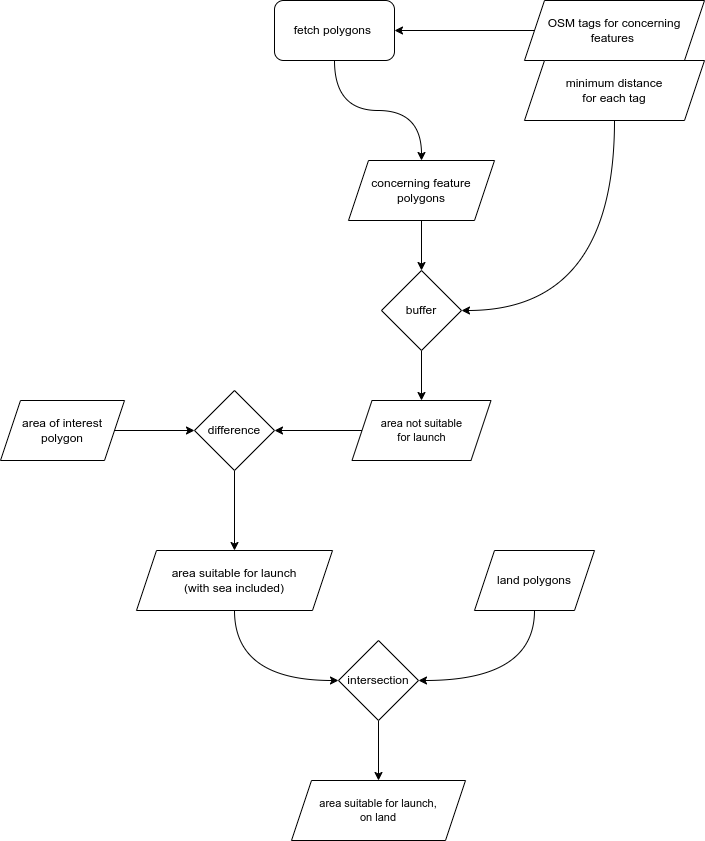
Earlier version of the draw.io export images/find_launch_site_geometry_transformation.png (jparta/find_launch_site). Source tidied: cells renumbered, new cells last; positions are measured from the earlier drawing's top-left corner, leaving out a move shared by most shapes.
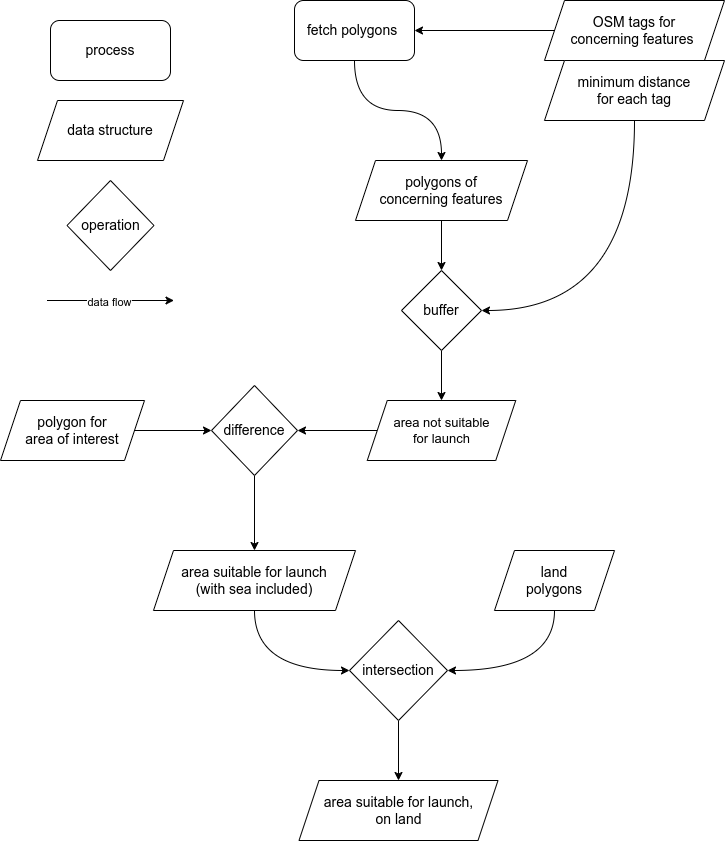
After the change.

What changed in the source:
```diff
@@ -5,71 +5,91 @@
     <mxCell id="2" style="edgeStyle=orthogonalEdgeStyle;rounded=0;jettySize=auto;html=1;exitX=0.5;exitY=1;exitDx=0;exitDy=0;curved=1;" parent="1" edge="1" source="3" target="7">
       <mxGeometry relative="1" as="geometry" />
     </mxCell>
-    <mxCell id="3" value="fetch polygons&amp;nbsp;" style="rounded=1;whiteSpace=wrap;html=1;" parent="1" vertex="1">
+    <mxCell id="3" value="&lt;font style=&quot;font-size: 14px;&quot;&gt;fetch polygons&amp;nbsp;&lt;/font&gt;" style="rounded=1;whiteSpace=wrap;html=1;" parent="1" vertex="1">
       <mxGeometry x="274" width="120" height="60" as="geometry" />
     </mxCell>
     <mxCell id="4" style="edgeStyle=orthogonalEdgeStyle;rounded=0;jettySize=auto;html=1;exitX=0;exitY=0.5;exitDx=0;exitDy=0;entryX=1;entryY=0.5;entryDx=0;entryDy=0;curved=1;" parent="1" edge="1" source="5" target="3">
       <mxGeometry relative="1" as="geometry" />
     </mxCell>
-    <mxCell id="5" value="OSM tags for concerning features&amp;nbsp;" style="shape=parallelogram;perimeter=parallelogramPerimeter;whiteSpace=wrap;html=1;fixedSize=1;" parent="1" vertex="1">
+    <mxCell id="5" value="&lt;font style=&quot;font-size: 14px;&quot;&gt;OSM tags for&lt;br&gt;concerning features&amp;nbsp;&lt;/font&gt;" style="shape=parallelogram;perimeter=parallelogramPerimeter;whiteSpace=wrap;html=1;fixedSize=1;rounded=0;" parent="1" vertex="1">
       <mxGeometry x="524" width="180" height="60" as="geometry" />
     </mxCell>
     <mxCell id="6" style="edgeStyle=orthogonalEdgeStyle;shape=connector;curved=1;rounded=0;jettySize=auto;html=1;labelBackgroundColor=default;strokeColor=default;fontFamily=Helvetica;fontSize=11;fontColor=default;endArrow=classic;" parent="1" edge="1" source="7" target="19">
       <mxGeometry relative="1" as="geometry" />
     </mxCell>
-    <mxCell id="7" value="concerning feature polygons" style="shape=parallelogram;perimeter=parallelogramPerimeter;whiteSpace=wrap;html=1;fixedSize=1;" parent="1" vertex="1">
-      <mxGeometry x="348" y="160" width="146" height="60" as="geometry" />
+    <mxCell id="7" value="&lt;font style=&quot;font-size: 14px;&quot;&gt;polygons of&lt;br&gt;concerning features&lt;/font&gt;" style="shape=parallelogram;perimeter=parallelogramPerimeter;whiteSpace=wrap;html=1;fixedSize=1;rounded=0;" parent="1" vertex="1">
+      <mxGeometry x="335" y="160" width="172" height="60" as="geometry" />
     </mxCell>
     <mxCell id="8" style="edgeStyle=orthogonalEdgeStyle;shape=connector;curved=1;rounded=0;jettySize=auto;html=1;exitX=0.5;exitY=1;exitDx=0;exitDy=0;entryX=1;entryY=0.5;entryDx=0;entryDy=0;labelBackgroundColor=default;strokeColor=default;fontFamily=Helvetica;fontSize=11;fontColor=default;endArrow=classic;" parent="1" edge="1" source="9" target="21">
       <mxGeometry relative="1" as="geometry" />
     </mxCell>
-    <mxCell id="9" value="land polygons" style="shape=parallelogram;perimeter=parallelogramPerimeter;whiteSpace=wrap;html=1;fixedSize=1;" parent="1" vertex="1">
+    <mxCell id="9" value="&lt;font style=&quot;font-size: 14px;&quot;&gt;land&lt;br&gt;polygons&lt;/font&gt;" style="shape=parallelogram;perimeter=parallelogramPerimeter;whiteSpace=wrap;html=1;fixedSize=1;rounded=0;" parent="1" vertex="1">
       <mxGeometry x="474" y="550" width="120" height="60" as="geometry" />
     </mxCell>
     <mxCell id="10" style="edgeStyle=orthogonalEdgeStyle;rounded=0;jettySize=auto;html=1;exitX=0.5;exitY=1;exitDx=0;exitDy=0;entryX=0.5;entryY=0;entryDx=0;entryDy=0;curved=1;" parent="1" edge="1" source="11" target="13">
       <mxGeometry relative="1" as="geometry" />
     </mxCell>
-    <mxCell id="11" value="difference" style="rhombus;whiteSpace=wrap;html=1;" parent="1" vertex="1">
-      <mxGeometry x="194" y="390" width="80" height="80" as="geometry" />
+    <mxCell id="11" value="&lt;font style=&quot;font-size: 14px;&quot;&gt;difference&lt;/font&gt;" style="rhombus;whiteSpace=wrap;html=1;" parent="1" vertex="1">
+      <mxGeometry x="191" y="385" width="86" height="90" as="geometry" />
     </mxCell>
     <mxCell id="12" style="edgeStyle=orthogonalEdgeStyle;shape=connector;curved=1;rounded=0;jettySize=auto;html=1;exitX=0.5;exitY=1;exitDx=0;exitDy=0;entryX=0;entryY=0.5;entryDx=0;entryDy=0;labelBackgroundColor=default;strokeColor=default;fontFamily=Helvetica;fontSize=11;fontColor=default;endArrow=classic;" parent="1" edge="1" source="13" target="21">
       <mxGeometry relative="1" as="geometry" />
     </mxCell>
-    <mxCell id="13" value="area suitable for launch&lt;br&gt;(with sea included)" style="shape=parallelogram;perimeter=parallelogramPerimeter;whiteSpace=wrap;html=1;fixedSize=1;" parent="1" vertex="1">
-      <mxGeometry x="136" y="550" width="196" height="60" as="geometry" />
+    <mxCell id="13" value="&lt;font style=&quot;font-size: 14px;&quot;&gt;area suitable for launch&lt;br&gt;(with sea included)&lt;/font&gt;" style="shape=parallelogram;perimeter=parallelogramPerimeter;whiteSpace=wrap;html=1;fixedSize=1;rounded=0;" parent="1" vertex="1">
+      <mxGeometry x="133" y="550" width="202" height="60" as="geometry" />
     </mxCell>
     <mxCell id="14" style="edgeStyle=orthogonalEdgeStyle;shape=connector;curved=1;rounded=0;jettySize=auto;html=1;exitX=0.5;exitY=1;exitDx=0;exitDy=0;entryX=1;entryY=0.5;entryDx=0;entryDy=0;labelBackgroundColor=default;strokeColor=default;fontFamily=Helvetica;fontSize=11;fontColor=default;endArrow=classic;" parent="1" edge="1" source="15" target="19">
       <mxGeometry relative="1" as="geometry" />
     </mxCell>
-    <mxCell id="15" value="minimum distance&lt;br&gt;for each tag" style="shape=parallelogram;perimeter=parallelogramPerimeter;whiteSpace=wrap;html=1;fixedSize=1;" parent="1" vertex="1">
+    <mxCell id="15" value="&lt;font style=&quot;font-size: 14px;&quot;&gt;minimum distance&lt;br&gt;for each tag&lt;/font&gt;" style="shape=parallelogram;perimeter=parallelogramPerimeter;whiteSpace=wrap;html=1;fixedSize=1;rounded=0;" parent="1" vertex="1">
       <mxGeometry x="524" y="60" width="180" height="60" as="geometry" />
     </mxCell>
     <mxCell id="16" style="edgeStyle=orthogonalEdgeStyle;shape=connector;curved=1;rounded=0;jettySize=auto;html=1;exitX=1;exitY=0.5;exitDx=0;exitDy=0;entryX=0;entryY=0.5;entryDx=0;entryDy=0;labelBackgroundColor=default;strokeColor=default;fontFamily=Helvetica;fontSize=11;fontColor=default;endArrow=classic;" parent="1" edge="1" source="17" target="11">
       <mxGeometry relative="1" as="geometry" />
     </mxCell>
-    <mxCell id="17" value="area of interest polygon" style="shape=parallelogram;perimeter=parallelogramPerimeter;whiteSpace=wrap;html=1;fixedSize=1;" parent="1" vertex="1">
-      <mxGeometry y="400" width="124" height="60" as="geometry" />
+    <mxCell id="17" value="&lt;font style=&quot;font-size: 14px;&quot;&gt;polygon for&lt;br&gt;area of interest&lt;/font&gt;" style="shape=parallelogram;perimeter=parallelogramPerimeter;whiteSpace=wrap;html=1;fixedSize=1;rounded=0;" parent="1" vertex="1">
+      <mxGeometry x="-20" y="400" width="144" height="60" as="geometry" />
     </mxCell>
     <mxCell id="18" style="edgeStyle=orthogonalEdgeStyle;shape=connector;curved=1;rounded=0;jettySize=auto;html=1;exitX=0.5;exitY=1;exitDx=0;exitDy=0;entryX=0.5;entryY=0;entryDx=0;entryDy=0;labelBackgroundColor=default;strokeColor=default;fontFamily=Helvetica;fontSize=11;fontColor=default;endArrow=classic;" parent="1" edge="1" source="19" target="23">
       <mxGeometry relative="1" as="geometry" />
     </mxCell>
-    <mxCell id="19" value="buffer" style="rhombus;whiteSpace=wrap;html=1;" parent="1" vertex="1">
+    <mxCell id="19" value="&lt;font style=&quot;font-size: 14px;&quot;&gt;buffer&lt;/font&gt;" style="rhombus;whiteSpace=wrap;html=1;" parent="1" vertex="1">
       <mxGeometry x="381" y="270" width="80" height="80" as="geometry" />
     </mxCell>
     <mxCell id="20" style="edgeStyle=orthogonalEdgeStyle;shape=connector;curved=1;rounded=0;jettySize=auto;html=1;exitX=0.5;exitY=1;exitDx=0;exitDy=0;labelBackgroundColor=default;strokeColor=default;fontFamily=Helvetica;fontSize=11;fontColor=default;endArrow=classic;" parent="1" edge="1" source="21" target="24">
       <mxGeometry relative="1" as="geometry" />
     </mxCell>
-    <mxCell id="21" value="intersection" style="rhombus;whiteSpace=wrap;html=1;" parent="1" vertex="1">
-      <mxGeometry x="338" y="640" width="80" height="80" as="geometry" />
+    <mxCell id="21" value="&lt;font style=&quot;font-size: 14px;&quot;&gt;intersection&lt;/font&gt;" style="rhombus;whiteSpace=wrap;html=1;" parent="1" vertex="1">
+      <mxGeometry x="329" y="620" width="98" height="100" as="geometry" />
     </mxCell>
     <mxCell id="22" style="edgeStyle=orthogonalEdgeStyle;shape=connector;curved=1;rounded=0;jettySize=auto;html=1;exitX=0;exitY=0.5;exitDx=0;exitDy=0;labelBackgroundColor=default;strokeColor=default;fontFamily=Helvetica;fontSize=11;fontColor=default;endArrow=classic;" parent="1" edge="1" source="23" target="11">
       <mxGeometry relative="1" as="geometry" />
     </mxCell>
-    <mxCell id="23" value="area not suitable&lt;br&gt;for launch" style="shape=parallelogram;perimeter=parallelogramPerimeter;whiteSpace=wrap;html=1;fixedSize=1;fontFamily=Helvetica;fontSize=11;fontColor=default;" parent="1" vertex="1">
-      <mxGeometry x="351.5" y="400" width="139" height="60" as="geometry" />
+    <mxCell id="23" value="&lt;font style=&quot;font-size: 13px;&quot;&gt;area not suitable&lt;br&gt;for launch&lt;/font&gt;" style="shape=parallelogram;perimeter=parallelogramPerimeter;whiteSpace=wrap;html=1;fixedSize=1;fontFamily=Helvetica;fontSize=11;fontColor=default;rounded=0;" parent="1" vertex="1">
+      <mxGeometry x="346.8" y="400" width="148.5" height="60" as="geometry" />
     </mxCell>
-    <mxCell id="24" value="area suitable for launch,&lt;br&gt;on land" style="shape=parallelogram;perimeter=parallelogramPerimeter;whiteSpace=wrap;html=1;fixedSize=1;fontFamily=Helvetica;fontSize=11;fontColor=default;" parent="1" vertex="1">
-      <mxGeometry x="291" y="780" width="174" height="60" as="geometry" />
+    <mxCell id="24" value="&lt;font style=&quot;font-size: 14px;&quot;&gt;area suitable for launch,&lt;br&gt;on land&lt;/font&gt;" style="shape=parallelogram;perimeter=parallelogramPerimeter;whiteSpace=wrap;html=1;fixedSize=1;fontFamily=Helvetica;fontSize=11;fontColor=default;rounded=0;" parent="1" vertex="1">
+      <mxGeometry x="278.5" y="780" width="199" height="60" as="geometry" />
     </mxCell>
+    <mxCell id="25" value="&lt;font style=&quot;font-size: 14px;&quot;&gt;process&lt;/font&gt;" style="rounded=1;whiteSpace=wrap;html=1;" parent="1" vertex="1">
+      <mxGeometry x="30" y="20" width="120" height="60" as="geometry" />
+    </mxCell>
+    <mxCell id="26" value="&lt;font style=&quot;font-size: 14px;&quot;&gt;data structure&lt;/font&gt;" style="shape=parallelogram;perimeter=parallelogramPerimeter;whiteSpace=wrap;html=1;fixedSize=1;rounded=0;" parent="1" vertex="1">
+      <mxGeometry x="17" y="100" width="146" height="60" as="geometry" />
+    </mxCell>
+    <mxCell id="27" style="edgeStyle=orthogonalEdgeStyle;rounded=0;orthogonalLoop=1;jettySize=auto;html=1;exitX=1;exitY=0.5;exitDx=0;exitDy=0;" parent="1" edge="1">
+      <mxGeometry relative="1" as="geometry">
+        <mxPoint x="26.5" y="300" as="sourcePoint" />
+        <mxPoint x="153.5" y="300" as="targetPoint" />
+      </mxGeometry>
+    </mxCell>
+    <mxCell id="28" value="data flow" style="edgeLabel;html=1;align=center;verticalAlign=middle;" parent="27" vertex="1">
+      <mxGeometry x="-0.03" y="-1" relative="1" as="geometry">
+        <mxPoint x="1" as="offset" />
+      </mxGeometry>
+    </mxCell>
+    <mxCell id="29" value="&lt;font style=&quot;font-size: 14px;&quot;&gt;operation&lt;/font&gt;" style="rhombus;whiteSpace=wrap;html=1;" parent="1" vertex="1">
+      <mxGeometry x="46.5" y="180" width="87" height="90" as="geometry" />
+    </mxCell>
   </root>
 </mxGraphModel>
```
